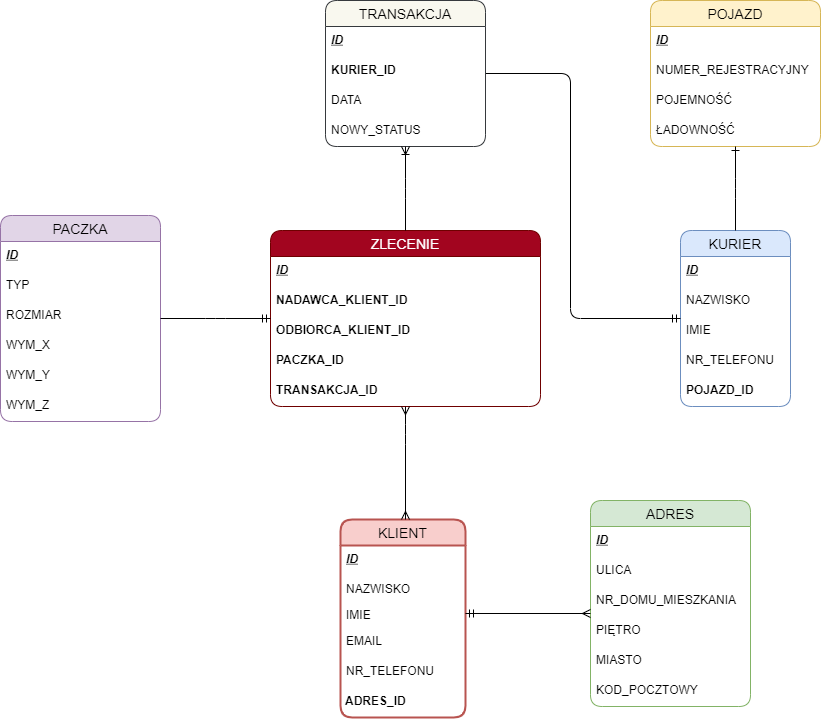
Above: img/ERD_diagram.png in MichalDolharz/Courier-Company-Database (draw.io), before the change. Source tidied: cells renumbered, new cells last; positions are measured from the earlier drawing's top-left corner, leaving out a move shared by most shapes.
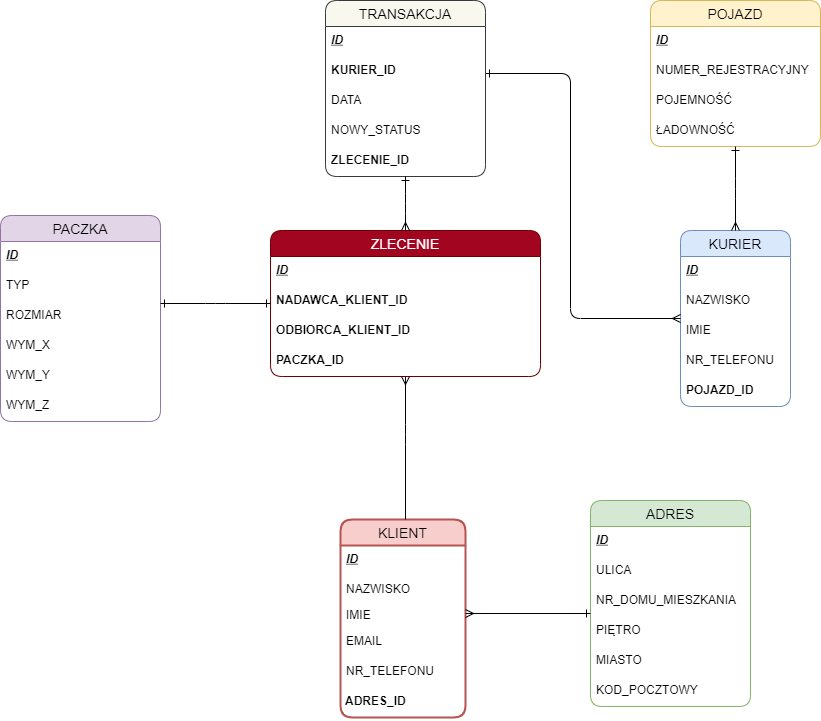
After the commit.

Change to the diagram source:
```diff
@@ -3,7 +3,7 @@
     <mxCell id="0" />
     <mxCell id="1" parent="0" />
     <object id="2" label="KLIENT" placeholders="1">
-      <mxCell style="swimlane;fontStyle=0;horizontal=1;startSize=26;align=center;fontSize=14;rounded=1;shadow=0;fillColor=#f8cecc;strokeColor=#b85450;strokeWidth=2;swimlaneFillColor=none;" parent="1" vertex="1">
+      <mxCell style="swimlane;fontStyle=0;horizontal=1;startSize=26;align=center;fontSize=14;rounded=1;shadow=0;fillColor=#f8cecc;strokeColor=#b85450;strokeWidth=2;swimlaneFillColor=#ffffff;" parent="1" vertex="1">
         <mxGeometry x="340" y="519" width="125" height="198" as="geometry" />
       </mxCell>
     </object>
@@ -25,7 +25,7 @@
     <mxCell id="8" value="ADRES_ID" style="text;spacingLeft=3;spacingRight=3;overflow=hidden;fontSize=12;rounded=1;shadow=0;perimeterSpacing=26;glass=0;sketch=0;fontStyle=1;" parent="2" vertex="1">
       <mxGeometry y="168" width="125" height="30" as="geometry" />
     </mxCell>
-    <mxCell id="9" value="PACZKA" style="swimlane;fontStyle=0;horizontal=1;startSize=26;align=center;fontSize=14;rounded=1;shadow=0;fillColor=#e1d5e7;strokeColor=#9673a6;swimlaneFillColor=none;" parent="1" vertex="1">
+    <mxCell id="9" value="PACZKA" style="swimlane;fontStyle=0;horizontal=1;startSize=26;align=center;fontSize=14;rounded=1;shadow=0;fillColor=#e1d5e7;strokeColor=#9673a6;swimlaneFillColor=#ffffff;" parent="1" vertex="1">
       <mxGeometry y="215" width="160" height="206" as="geometry" />
     </mxCell>
     <mxCell id="10" value="ID&#10;" style="text;strokeColor=none;fillColor=none;spacingLeft=4;spacingRight=4;overflow=hidden;fontSize=12;fontStyle=7;" parent="9" vertex="1">
@@ -46,7 +46,7 @@
     <mxCell id="15" value="WYM_Z" style="text;strokeColor=none;fillColor=none;spacingLeft=4;spacingRight=4;overflow=hidden;fontSize=12;" parent="9" vertex="1">
       <mxGeometry y="176" width="160" height="30" as="geometry" />
     </mxCell>
-    <mxCell id="16" value="ADRES" style="swimlane;fontStyle=0;horizontal=1;startSize=26;align=center;fontSize=14;rounded=1;shadow=0;strokeColor=#82b366;swimlaneFillColor=none;fillColor=#D5E8D4;" parent="1" vertex="1">
+    <mxCell id="16" value="ADRES" style="swimlane;fontStyle=0;horizontal=1;startSize=26;align=center;fontSize=14;rounded=1;shadow=0;strokeColor=#82b366;swimlaneFillColor=#ffffff;fillColor=#D5E8D4;" parent="1" vertex="1">
       <mxGeometry x="590" y="500" width="160" height="206" as="geometry" />
     </mxCell>
     <mxCell id="17" value="ID&#10;" style="text;strokeColor=none;fillColor=none;spacingLeft=4;spacingRight=4;overflow=hidden;fontSize=12;fontStyle=7;" parent="16" vertex="1">
@@ -67,7 +67,7 @@
     <mxCell id="22" value="KOD_POCZTOWY" style="text;strokeColor=none;fillColor=none;spacingLeft=4;spacingRight=4;overflow=hidden;fontSize=12;rounded=1;shadow=0;" parent="16" vertex="1">
       <mxGeometry y="176" width="160" height="30" as="geometry" />
     </mxCell>
-    <mxCell id="23" value="KURIER" style="swimlane;fontStyle=0;horizontal=1;startSize=26;align=center;fontSize=14;rounded=1;shadow=0;fillColor=#dae8fc;strokeColor=#6c8ebf;swimlaneFillColor=none;" parent="1" vertex="1">
+    <mxCell id="23" value="KURIER" style="swimlane;fontStyle=0;horizontal=1;startSize=26;align=center;fontSize=14;rounded=1;shadow=0;fillColor=#dae8fc;strokeColor=#6c8ebf;swimlaneFillColor=#ffffff;" parent="1" vertex="1">
       <mxGeometry x="680" y="230" width="110" height="176" as="geometry" />
     </mxCell>
     <mxCell id="24" value="ID" style="text;strokeColor=none;fillColor=none;spacingLeft=4;spacingRight=4;overflow=hidden;fontSize=12;fontStyle=7;" parent="23" vertex="1">
@@ -85,7 +85,7 @@
     <mxCell id="28" value="POJAZD_ID" style="text;strokeColor=none;fillColor=none;spacingLeft=4;spacingRight=4;overflow=hidden;fontSize=12;fontStyle=1;" parent="23" vertex="1">
       <mxGeometry y="146" width="110" height="30" as="geometry" />
     </mxCell>
-    <mxCell id="29" value="POJAZD" style="swimlane;fontStyle=0;horizontal=1;startSize=26;align=center;fontSize=14;rounded=1;shadow=0;fillColor=#fff2cc;strokeColor=#d6b656;swimlaneFillColor=none;" parent="1" vertex="1">
+    <mxCell id="29" value="POJAZD" style="swimlane;fontStyle=0;horizontal=1;startSize=26;align=center;fontSize=14;rounded=1;shadow=0;fillColor=#fff2cc;strokeColor=#d6b656;swimlaneFillColor=#ffffff;" parent="1" vertex="1">
       <mxGeometry x="650" width="170" height="146" as="geometry" />
     </mxCell>
     <mxCell id="30" value="ID" style="text;strokeColor=none;fillColor=none;spacingLeft=4;spacingRight=4;overflow=hidden;fontSize=12;fontStyle=7;" parent="29" vertex="1">
@@ -100,8 +100,8 @@
     <mxCell id="33" value="ŁADOWNOŚĆ" style="text;strokeColor=none;fillColor=none;spacingLeft=4;spacingRight=4;overflow=hidden;fontSize=12;rounded=1;shadow=0;" parent="29" vertex="1">
       <mxGeometry y="116" width="170" height="30" as="geometry" />
     </mxCell>
-    <mxCell id="34" value="ZLECENIE" style="swimlane;fontStyle=0;horizontal=1;startSize=26;align=center;fontSize=14;rounded=1;shadow=0;strokeColor=#6F0000;fontColor=#ffffff;swimlaneFillColor=none;fillColor=#A2051F;" parent="1" vertex="1">
-      <mxGeometry x="270" y="230" width="270" height="176" as="geometry" />
+    <mxCell id="34" value="ZLECENIE" style="swimlane;fontStyle=0;horizontal=1;startSize=26;align=center;fontSize=14;rounded=1;shadow=0;strokeColor=#6F0000;fontColor=#ffffff;swimlaneFillColor=#ffffff;fillColor=#A2051F;" parent="1" vertex="1">
+      <mxGeometry x="270" y="230" width="270" height="146" as="geometry" />
     </mxCell>
     <mxCell id="35" value="ID" style="text;strokeColor=none;fillColor=none;spacingLeft=4;spacingRight=4;overflow=hidden;fontSize=12;fontStyle=7;" parent="34" vertex="1">
       <mxGeometry y="26" width="270" height="30" as="geometry" />
@@ -115,23 +115,20 @@
     <mxCell id="38" value="PACZKA_ID" style="text;strokeColor=none;fillColor=none;spacingLeft=4;spacingRight=4;overflow=hidden;fontSize=12;rounded=1;shadow=0;fontStyle=1;labelBackgroundColor=none;" parent="34" vertex="1">
       <mxGeometry y="116" width="270" height="30" as="geometry" />
     </mxCell>
-    <mxCell id="39" value="TRANSAKCJA_ID" style="text;strokeColor=none;fillColor=none;spacingLeft=4;spacingRight=4;overflow=hidden;fontSize=12;rounded=1;shadow=0;fontStyle=1;" parent="34" vertex="1">
-      <mxGeometry y="146" width="270" height="30" as="geometry" />
-    </mxCell>
-    <mxCell id="40" style="edgeStyle=elbowEdgeStyle;fontSize=12;html=1;endArrow=ERmany;startArrow=ERmandOne;elbow=vertical;endFill=0;" parent="1" edge="1" source="2" target="16">
+    <mxCell id="40" style="edgeStyle=elbowEdgeStyle;fontSize=12;html=1;endArrow=ERone;startArrow=ERmany;elbow=vertical;endFill=0;startFill=0;" parent="1" edge="1" source="2" target="16">
       <mxGeometry relative="1" as="geometry" />
     </mxCell>
-    <mxCell id="41" style="edgeStyle=elbowEdgeStyle;fontSize=12;html=1;endArrow=ERone;endFill=1;" parent="1" edge="1" source="23" target="29">
+    <mxCell id="41" style="edgeStyle=elbowEdgeStyle;fontSize=12;html=1;endArrow=ERone;endFill=0;startArrow=ERmany;startFill=0;" parent="1" edge="1" source="23" target="29">
       <mxGeometry relative="1" as="geometry" />
     </mxCell>
-    <mxCell id="42" style="edgeStyle=elbowEdgeStyle;fontSize=12;html=1;endArrow=ERmany;startArrow=ERmany;" parent="1" edge="1" source="2" target="34">
+    <mxCell id="42" style="edgeStyle=elbowEdgeStyle;fontSize=12;html=1;endArrow=ERmany;startArrow=none;endFill=0;startFill=0;" parent="1" edge="1" source="2" target="34">
       <mxGeometry relative="1" as="geometry">
         <Array as="points">
           <mxPoint x="405" y="434" />
         </Array>
       </mxGeometry>
     </mxCell>
-    <mxCell id="43" style="edgeStyle=orthogonalEdgeStyle;fontSize=12;html=1;endArrow=ERmandOne;" parent="1" edge="1" source="45" target="23">
+    <mxCell id="43" style="edgeStyle=orthogonalEdgeStyle;fontSize=12;html=1;endArrow=ERmany;endFill=0;startArrow=ERone;startFill=0;" parent="1" edge="1" source="45" target="23">
       <mxGeometry relative="1" as="geometry">
         <Array as="points">
           <mxPoint x="570" y="73" />
@@ -139,11 +136,11 @@
         </Array>
       </mxGeometry>
     </mxCell>
-    <mxCell id="44" style="fontSize=12;html=1;endArrow=ERmandOne;edgeStyle=elbowEdgeStyle;elbow=vertical;" parent="1" edge="1" source="9" target="34">
+    <mxCell id="44" style="fontSize=12;html=1;endArrow=ERone;edgeStyle=elbowEdgeStyle;elbow=vertical;endFill=0;startArrow=ERone;startFill=0;" parent="1" edge="1" source="9" target="34">
       <mxGeometry relative="1" as="geometry" />
     </mxCell>
-    <mxCell id="45" value="TRANSAKCJA" style="swimlane;fontStyle=0;horizontal=1;startSize=26;align=center;fontSize=14;rounded=1;shadow=0;strokeColor=#36393d;swimlaneFillColor=none;fillColor=#F9F8EF;" parent="1" vertex="1">
-      <mxGeometry x="325" width="160" height="146" as="geometry" />
+    <mxCell id="45" value="TRANSAKCJA" style="swimlane;fontStyle=0;horizontal=1;startSize=26;align=center;fontSize=14;rounded=1;shadow=0;strokeColor=#36393d;swimlaneFillColor=#ffffff;fillColor=#F9F8EF;" parent="1" vertex="1">
+      <mxGeometry x="325" width="160" height="176" as="geometry" />
     </mxCell>
     <mxCell id="46" value="ID" style="text;strokeColor=none;fillColor=none;spacingLeft=4;spacingRight=4;overflow=hidden;fontSize=12;fontStyle=7;" parent="45" vertex="1">
       <mxGeometry y="26" width="160" height="30" as="geometry" />
@@ -157,7 +154,10 @@
     <mxCell id="49" value="NOWY_STATUS" style="text;strokeColor=none;fillColor=none;spacingLeft=4;spacingRight=4;overflow=hidden;fontSize=12;" parent="45" vertex="1">
       <mxGeometry y="116" width="160" height="30" as="geometry" />
     </mxCell>
+    <mxCell id="39" value="ZLECENIE_ID" style="text;strokeColor=none;fillColor=none;spacingLeft=4;spacingRight=4;overflow=hidden;fontSize=12;rounded=1;shadow=0;fontStyle=1;" parent="45" vertex="1">
+      <mxGeometry y="146" width="160" height="30" as="geometry" />
+    </mxCell>
-    <mxCell id="50" style="edgeStyle=elbowEdgeStyle;fontSize=12;html=1;endArrow=ERoneToMany;exitX=0.5;exitY=0;exitDx=0;exitDy=0;elbow=vertical;" parent="1" edge="1" source="34" target="45">
+    <mxCell id="50" style="edgeStyle=elbowEdgeStyle;fontSize=12;html=1;endArrow=ERone;exitX=0.5;exitY=0;exitDx=0;exitDy=0;elbow=vertical;endFill=0;startArrow=ERmany;startFill=0;" parent="1" edge="1" source="34" target="45">
       <mxGeometry relative="1" as="geometry" />
     </mxCell>
   </root>
```
